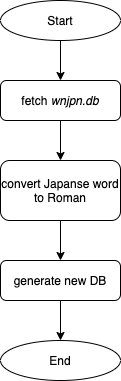
This is docs/flowchart_db.png from tokizuoh/eustomy, a draw.io export, as it was before one commit. Source tidied: cells renumbered, new cells last; positions are measured from the earlier drawing's top-left corner, leaving out a move shared by most shapes.
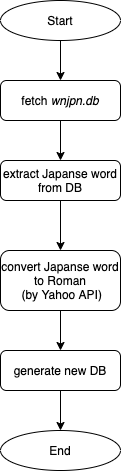
After the change.

Change to the diagram source:
```diff
@@ -6,18 +6,18 @@
       <mxGeometry relative="1" as="geometry" />
     </mxCell>
     <mxCell id="3" value="Start" style="ellipse;whiteSpace=wrap;html=1;" parent="1" vertex="1">
-      <mxGeometry width="120" height="40" as="geometry" />
+      <mxGeometry y="-90" width="120" height="40" as="geometry" />
     </mxCell>
-    <mxCell id="4" style="edgeStyle=orthogonalEdgeStyle;rounded=0;jettySize=auto;html=1;" parent="1" edge="1" source="5" target="7">
-      <mxGeometry relative="1" as="geometry" />
-    </mxCell>
+    <mxCell id="11" style="edgeStyle=orthogonalEdgeStyle;rounded=0;jettySize=auto;html=1;exitX=0.5;exitY=1;exitDx=0;exitDy=0;entryX=0.5;entryY=0;entryDx=0;entryDy=0;" parent="1" edge="1" source="5" target="13">
+      <mxGeometry relative="1" as="geometry" />
+    </mxCell>
     <mxCell id="5" value="fetch &lt;i&gt;wnjpn.db&lt;/i&gt;" style="rounded=1;whiteSpace=wrap;html=1;" parent="1" vertex="1">
-      <mxGeometry y="80" width="120" height="40" as="geometry" />
+      <mxGeometry y="-10" width="120" height="40" as="geometry" />
     </mxCell>
     <mxCell id="6" style="edgeStyle=orthogonalEdgeStyle;rounded=0;jettySize=auto;html=1;" parent="1" edge="1" source="7" target="9">
       <mxGeometry relative="1" as="geometry" />
     </mxCell>
-    <mxCell id="7" value="convert Japanse word to Roman" style="rounded=1;whiteSpace=wrap;html=1;" parent="1" vertex="1">
+    <mxCell id="7" value="convert Japanse word to Roman&lt;br&gt;&amp;nbsp;(by Yahoo API)" style="rounded=1;whiteSpace=wrap;html=1;" parent="1" vertex="1">
       <mxGeometry y="160" width="120" height="60" as="geometry" />
     </mxCell>
     <mxCell id="8" style="edgeStyle=orthogonalEdgeStyle;rounded=0;jettySize=auto;html=1;" parent="1" edge="1" source="9" target="10">
@@ -29,5 +29,11 @@
     <mxCell id="10" value="End" style="ellipse;whiteSpace=wrap;html=1;" parent="1" vertex="1">
       <mxGeometry y="340" width="120" height="40" as="geometry" />
     </mxCell>
+    <mxCell id="12" style="edgeStyle=orthogonalEdgeStyle;rounded=0;jettySize=auto;html=1;" parent="1" edge="1" source="13" target="7">
+      <mxGeometry relative="1" as="geometry" />
+    </mxCell>
+    <mxCell id="13" value="extract Japanse word from DB" style="rounded=1;whiteSpace=wrap;html=1;" parent="1" vertex="1">
+      <mxGeometry y="70" width="120" height="40" as="geometry" />
+    </mxCell>
   </root>
 </mxGraphModel>
```
